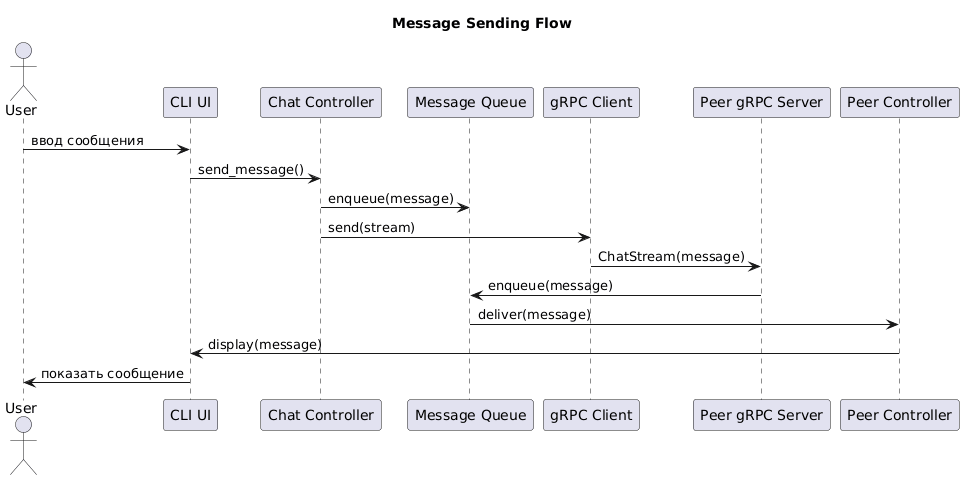
quuger/SD_XP keeps this PlantUML diagram as docs/resources/flow.png. Above is the earlier version.
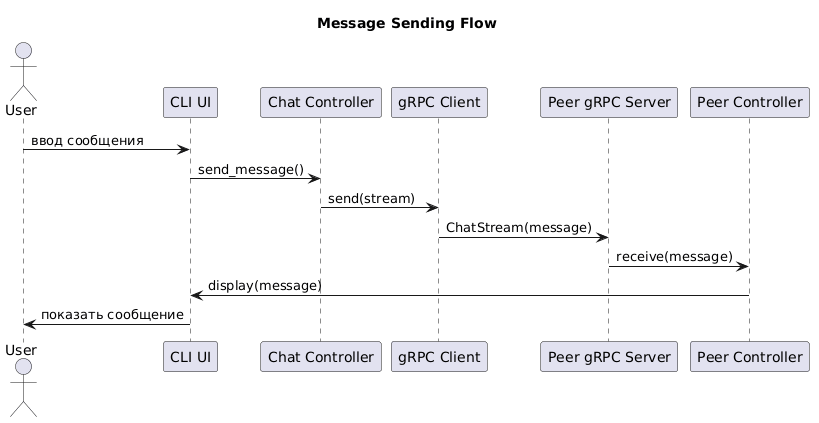
After the change.

What changed in the source:
```diff
@@ -5,7 +5,6 @@
 
 participant "CLI UI" as CLI
 participant "Chat Controller" as Controller
-participant "Message Queue" as Queue
 participant "gRPC Client" as Client
 participant "Peer gRPC Server" as Server
 participant "Peer Controller" as PeerController
@@ -13,13 +12,11 @@
 User -> CLI : ввод сообщения
 CLI -> Controller : send_message()
 
-Controller -> Queue : enqueue(message)
 Controller -> Client : send(stream)
 
 Client -> Server : ChatStream(message)
 
-Server -> Queue : enqueue(message)
-Queue -> PeerController : deliver(message)
+Server -> PeerController : receive(message)
 
 PeerController -> CLI : display(message)
 CLI -> User : показать сообщение
```
